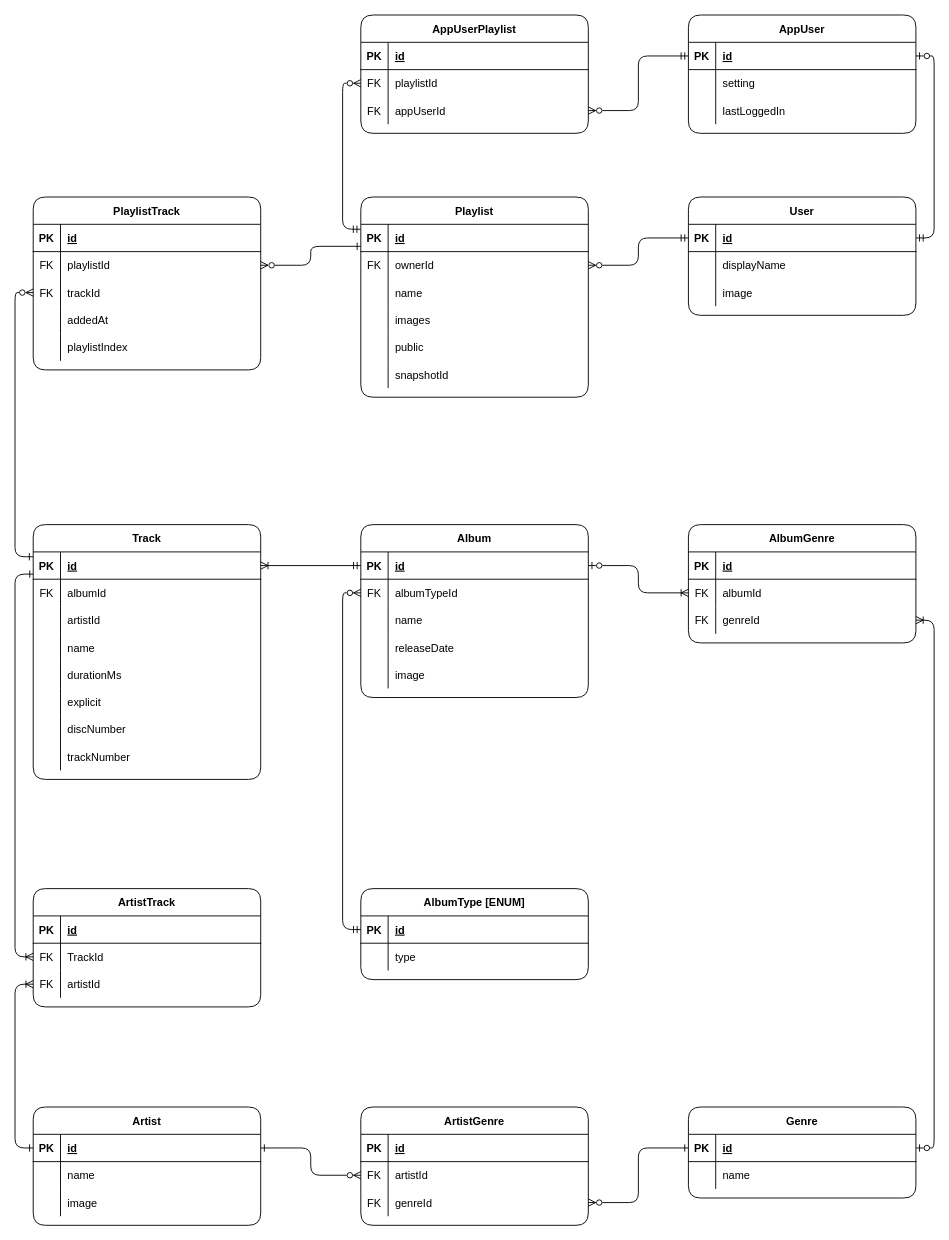
Before: ERD.drawio in MrDrummer/SpotifyPlaylistGenerator, a draw.io diagram. Source tidied: cells renumbered, new cells numbered last; positions are measured from the earlier drawing's top-left corner, leaving out a move shared by most shapes. Both pictures are drawn from the tidied source at 91%, with x=0, y=0 at pixel (15, 15).
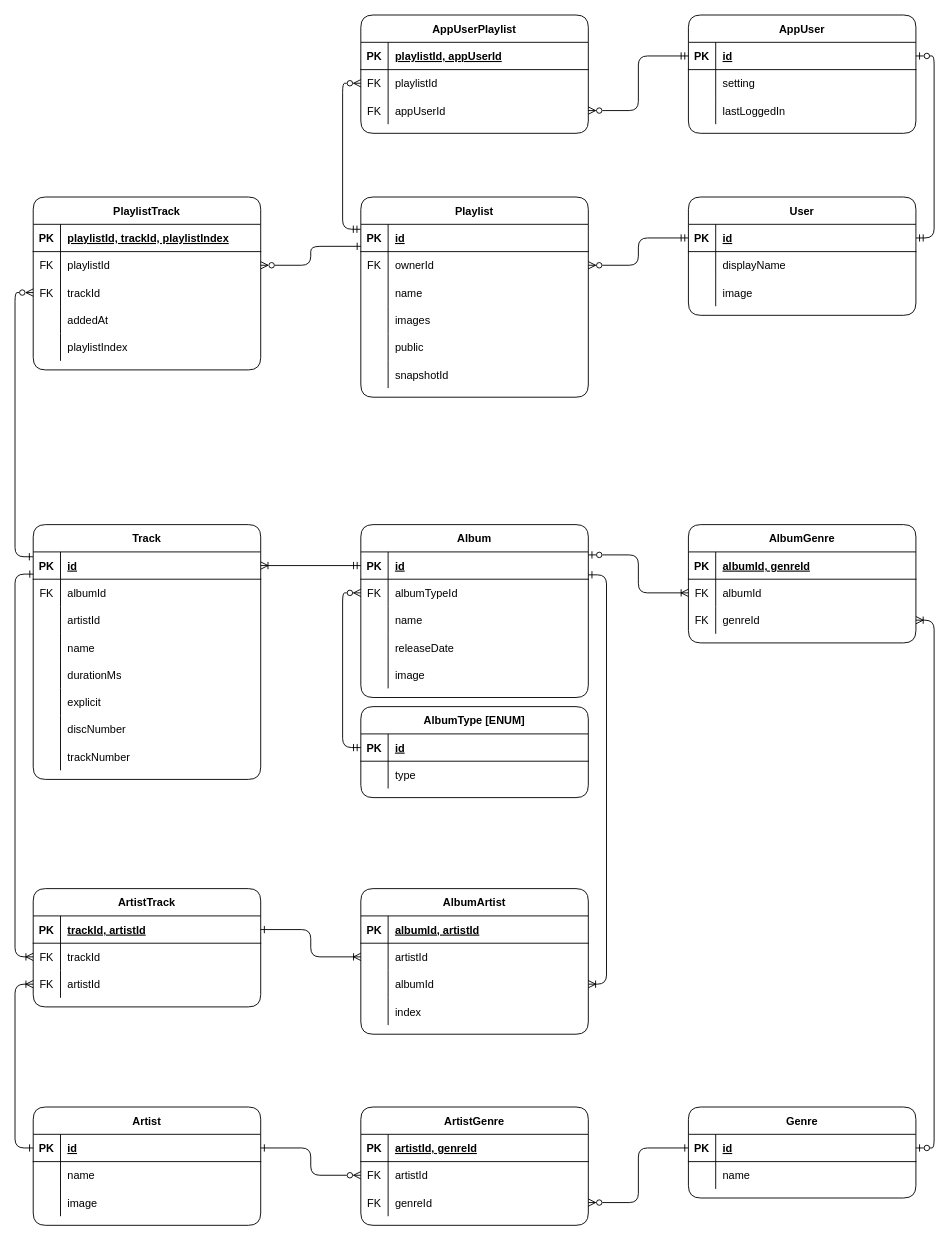
Above is the later version.

Unchanged cells that the change refers to:
```xml
<mxCell id="47" style="shape=partialRectangle;fillColor=none;points=[[0,0.5],[1,0.5]];portConstraint=eastwest;top=0;left=0;right=0;bottom=1;rounded=1;" parent="46" vertex="1">
  <mxGeometry y="30" width="250" height="30" as="geometry" />
</mxCell>
<mxCell id="90" style="shape=partialRectangle;fillColor=none;top=0;left=0;right=0;bottom=1;rounded=1;" parent="89" vertex="1">
  <mxGeometry y="30" width="250" height="30" as="geometry" />
</mxCell>
<mxCell id="100" style="shape=partialRectangle;fillColor=none;points=[[0,0.5],[1,0.5]];portConstraint=eastwest;top=0;left=0;right=0;bottom=1;rounded=1;" parent="99" vertex="1">
  <mxGeometry y="30" width="250" height="30" as="geometry" />
</mxCell>
<mxCell id="103" style="shape=partialRectangle;fillColor=none;points=[[0,0.5],[1,0.5]];portConstraint=eastwest;top=0;left=0;right=0;bottom=0;rounded=1;" parent="99" vertex="1">
  <mxGeometry y="60" width="250" height="30" as="geometry" />
</mxCell>
<mxCell id="117" style="shape=partialRectangle;fillColor=none;top=0;left=0;right=0;bottom=1;rounded=1;" parent="116" vertex="1">
  <mxGeometry y="30" width="250" height="30" as="geometry" />
</mxCell>
<mxCell id="120" style="shape=partialRectangle;fillColor=none;points=[[0,0.5],[1,0.5]];portConstraint=eastwest;top=0;left=0;right=0;bottom=0;rounded=1;" parent="116" vertex="1">
  <mxGeometry y="60" width="250" height="30" as="geometry" />
</mxCell>
<mxCell id="136" style="shape=partialRectangle;fillColor=none;top=0;left=0;right=0;bottom=1;rounded=1;" parent="135" vertex="1">
  <mxGeometry y="30" width="250" height="30" as="geometry" />
</mxCell>
<mxCell id="164" style="shape=partialRectangle;fillColor=none;top=0;left=0;right=0;bottom=1;rounded=1;" parent="163" vertex="1">
  <mxGeometry y="30" width="250" height="30" as="geometry" />
</mxCell>
```

What changed in the source:
```diff
@@
-    <mxCell id="92" value="id" style="shape=partialRectangle;overflow=hidden;fillColor=none;top=0;left=0;bottom=0;right=0;align=left;spacingLeft=6;fontStyle=5;rounded=1;" parent="90" vertex="1">
+    <mxCell id="92" value="artistId, genreId" style="shape=partialRectangle;overflow=hidden;fillColor=none;top=0;left=0;bottom=0;right=0;align=left;spacingLeft=6;fontStyle=5;rounded=1;" parent="90" vertex="1">
       <mxGeometry x="30" width="220" height="30" as="geometry" />
     </mxCell>
@@
-    <mxCell id="102" value="id" style="shape=partialRectangle;overflow=hidden;fillColor=none;top=0;left=0;bottom=0;right=0;align=left;spacingLeft=6;fontStyle=5;rounded=1;" parent="100" vertex="1">
+    <mxCell id="102" value="trackId, artistId" style="shape=partialRectangle;overflow=hidden;fillColor=none;top=0;left=0;bottom=0;right=0;align=left;spacingLeft=6;fontStyle=5;rounded=1;" parent="100" vertex="1">
       <mxGeometry x="30" width="220" height="30" as="geometry" />
     </mxCell>
@@
-    <mxCell id="105" value="TrackId" style="shape=partialRectangle;overflow=hidden;fillColor=none;top=0;left=0;bottom=0;right=0;align=left;spacingLeft=6;rounded=1;" parent="103" vertex="1">
+    <mxCell id="105" value="trackId" style="shape=partialRectangle;overflow=hidden;fillColor=none;top=0;left=0;bottom=0;right=0;align=left;spacingLeft=6;rounded=1;" parent="103" vertex="1">
       <mxGeometry x="30" width="220" height="30" as="geometry" />
     </mxCell>
@@
     <mxCell id="109" value="AlbumType [ENUM]" style="shape=table;startSize=30;childLayout=tableLayout;rowLines=0;fontStyle=1;align=center;rounded=1;" parent="1" vertex="1">
-      <mxGeometry x="380" y="960" width="250" height="100" as="geometry" />
+      <mxGeometry x="380" y="760" width="250" height="100" as="geometry" />
     </mxCell>
@@
-    <mxCell id="119" value="id" style="shape=partialRectangle;overflow=hidden;fillColor=none;top=0;left=0;bottom=0;right=0;align=left;spacingLeft=6;fontStyle=5;rounded=1;" parent="117" vertex="1">
+    <mxCell id="119" value="albumId, genreId" style="shape=partialRectangle;overflow=hidden;fillColor=none;top=0;left=0;bottom=0;right=0;align=left;spacingLeft=6;fontStyle=5;rounded=1;" parent="117" vertex="1">
       <mxGeometry x="30" width="220" height="30" as="geometry" />
     </mxCell>
@@
-    <mxCell id="133" style="edgeStyle=orthogonalEdgeStyle;rounded=1;jettySize=auto;html=1;exitX=1;exitY=0.5;exitDx=0;exitDy=0;endArrow=ERoneToMany;endFill=0;startArrow=ERzeroToOne;startFill=0;entryX=0;entryY=0.5;entryDx=0;entryDy=0;" parent="1" edge="1" source="47" target="120">
+    <mxCell id="133" style="edgeStyle=orthogonalEdgeStyle;rounded=1;jettySize=auto;html=1;exitX=1;exitY=0.109;exitDx=0;exitDy=0;endArrow=ERoneToMany;endFill=0;startArrow=ERzeroToOne;startFill=0;entryX=0;entryY=0.5;entryDx=0;entryDy=0;exitPerimeter=0;" parent="1" edge="1" source="47" target="120">
       <mxGeometry relative="1" as="geometry" />
     </mxCell>
@@
-    <mxCell id="138" value="id" style="shape=partialRectangle;overflow=hidden;fillColor=none;top=0;left=0;bottom=0;right=0;align=left;spacingLeft=6;fontStyle=5;rounded=1;" parent="136" vertex="1">
+    <mxCell id="138" value="playlistId, trackId, playlistIndex" style="shape=partialRectangle;overflow=hidden;fillColor=none;top=0;left=0;bottom=0;right=0;align=left;spacingLeft=6;fontStyle=5;rounded=1;" parent="136" vertex="1">
       <mxGeometry x="30" width="220" height="30" as="geometry" />
     </mxCell>
@@
-    <mxCell id="166" value="id" style="shape=partialRectangle;overflow=hidden;fillColor=none;top=0;left=0;bottom=0;right=0;align=left;spacingLeft=6;fontStyle=5;rounded=1;" parent="164" vertex="1">
+    <mxCell id="166" value="playlistId, appUserId" style="shape=partialRectangle;overflow=hidden;fillColor=none;top=0;left=0;bottom=0;right=0;align=left;spacingLeft=6;fontStyle=5;rounded=1;" parent="164" vertex="1">
       <mxGeometry x="30" width="220" height="30" as="geometry" />
     </mxCell>
@@
+    <mxCell id="176" value="AlbumArtist" style="shape=table;startSize=30;childLayout=tableLayout;rowLines=0;fontStyle=1;align=center;rounded=1;" parent="1" vertex="1">
+      <mxGeometry x="380" y="960" width="250" height="160" as="geometry" />
+    </mxCell>
+    <mxCell id="177" style="shape=partialRectangle;fillColor=none;top=0;left=0;right=0;bottom=1;rounded=1;" parent="176" vertex="1">
+      <mxGeometry y="30" width="250" height="30" as="geometry" />
+    </mxCell>
+    <mxCell id="178" value="PK" style="shape=partialRectangle;overflow=hidden;fillColor=none;top=0;left=0;bottom=0;right=0;fontStyle=1;rounded=1;" parent="177" vertex="1">
+      <mxGeometry width="30" height="30" as="geometry" />
+    </mxCell>
+    <mxCell id="179" value="albumId, artistId" style="shape=partialRectangle;overflow=hidden;fillColor=none;top=0;left=0;bottom=0;right=0;align=left;spacingLeft=6;fontStyle=5;rounded=1;" parent="177" vertex="1">
+      <mxGeometry x="30" width="220" height="30" as="geometry" />
+    </mxCell>
+    <mxCell id="180" style="shape=partialRectangle;fillColor=none;points=[[0,0.5],[1,0.5]];portConstraint=eastwest;top=0;left=0;right=0;bottom=0;rounded=1;" parent="176" vertex="1">
+      <mxGeometry y="60" width="250" height="30" as="geometry" />
+    </mxCell>
+    <mxCell id="181" style="shape=partialRectangle;overflow=hidden;fillColor=none;top=0;left=0;bottom=0;right=0;rounded=1;" parent="180" vertex="1">
+      <mxGeometry width="30" height="30" as="geometry" />
+    </mxCell>
+    <mxCell id="182" value="artistId" style="shape=partialRectangle;overflow=hidden;fillColor=none;top=0;left=0;bottom=0;right=0;align=left;spacingLeft=6;rounded=1;" parent="180" vertex="1">
+      <mxGeometry x="30" width="220" height="30" as="geometry" />
+    </mxCell>
+    <mxCell id="183" style="shape=partialRectangle;fillColor=none;points=[[0,0.5],[1,0.5]];portConstraint=eastwest;top=0;left=0;right=0;bottom=0;rounded=1;" parent="176" vertex="1">
+      <mxGeometry y="90" width="250" height="30" as="geometry" />
+    </mxCell>
+    <mxCell id="184" style="shape=partialRectangle;overflow=hidden;fillColor=none;top=0;left=0;bottom=0;right=0;rounded=1;" parent="183" vertex="1">
+      <mxGeometry width="30" height="30" as="geometry" />
+    </mxCell>
+    <mxCell id="185" value="albumId" style="shape=partialRectangle;overflow=hidden;fillColor=none;top=0;left=0;bottom=0;right=0;align=left;spacingLeft=6;rounded=1;" parent="183" vertex="1">
+      <mxGeometry x="30" width="220" height="30" as="geometry" />
+    </mxCell>
+    <mxCell id="186" style="shape=partialRectangle;fillColor=none;top=0;left=0;right=0;bottom=0;rounded=1;" parent="176" vertex="1">
+      <mxGeometry y="120" width="250" height="30" as="geometry" />
+    </mxCell>
+    <mxCell id="187" style="shape=partialRectangle;overflow=hidden;fillColor=none;top=0;left=0;bottom=0;right=0;rounded=1;" parent="186" vertex="1">
+      <mxGeometry width="30" height="30" as="geometry" />
+    </mxCell>
+    <mxCell id="188" value="index" style="shape=partialRectangle;overflow=hidden;fillColor=none;top=0;left=0;bottom=0;right=0;align=left;spacingLeft=6;rounded=1;" parent="186" vertex="1">
+      <mxGeometry x="30" width="220" height="30" as="geometry" />
+    </mxCell>
+    <mxCell id="189" style="edgeStyle=orthogonalEdgeStyle;rounded=1;jettySize=auto;html=1;exitX=0;exitY=0.5;exitDx=0;exitDy=0;endArrow=ERone;endFill=0;startArrow=ERoneToMany;startFill=0;" parent="1" edge="1" source="180" target="100">
+      <mxGeometry relative="1" as="geometry" />
+    </mxCell>
+    <mxCell id="190" style="edgeStyle=orthogonalEdgeStyle;rounded=1;jettySize=auto;html=1;exitX=1;exitY=0.5;exitDx=0;exitDy=0;endArrow=ERone;endFill=0;startArrow=ERoneToMany;startFill=0;entryX=1;entryY=0.84;entryDx=0;entryDy=0;entryPerimeter=0;" parent="1" edge="1" source="183" target="47">
+      <mxGeometry relative="1" as="geometry" />
+    </mxCell>
```
